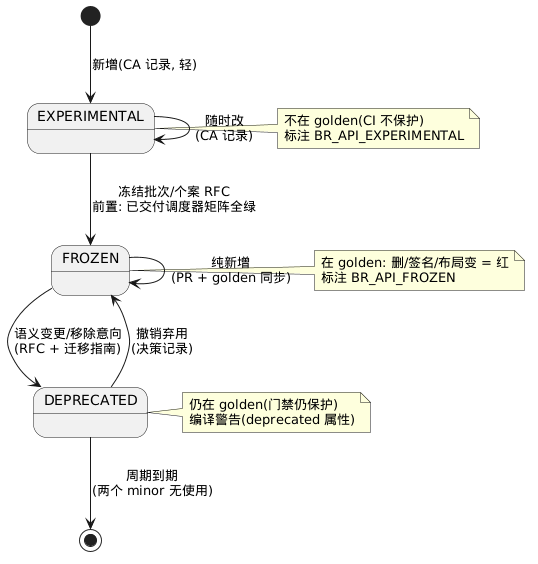
This is docs/1-architecture/pics/1-02-api-contract-governance-01.png from zhuyh4n9/brickOS, a PlantUML export, as it was before one commit.
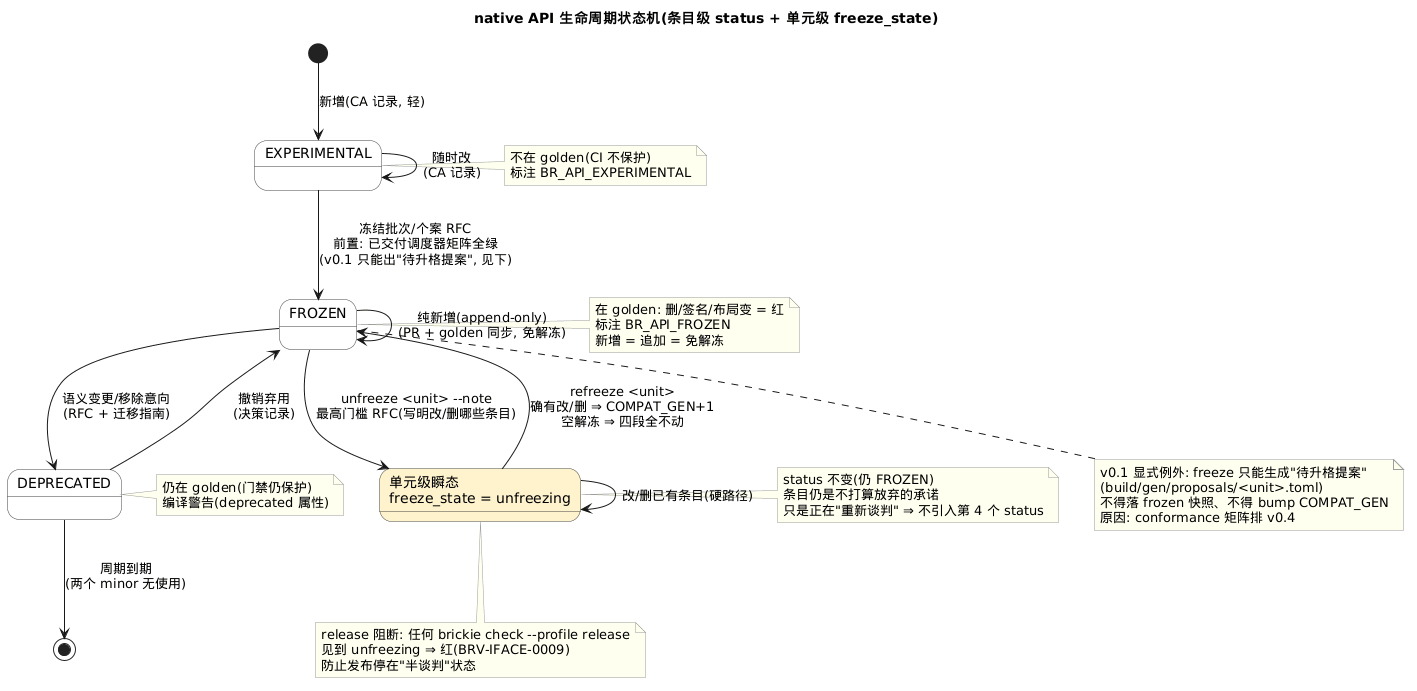
After the change.

Diff of the diagram source:
```diff
@@ -1,11 +1,27 @@
 @startuml
+title native API 生命周期状态机(条目级 status + 单元级 freeze_state)
+skinparam state {
+  BackgroundColor #F8F8F8
+  BorderColor #444444
+}
+skinparam note {
+  BackgroundColor #FFFFF0
+  BorderColor #999999
+}
+
 [*] --> EXPERIMENTAL : 新增(CA 记录, 轻)
 EXPERIMENTAL --> EXPERIMENTAL : 随时改\n(CA 记录)
-EXPERIMENTAL --> FROZEN : 冻结批次/个案 RFC\n前置: 已交付调度器矩阵全绿
-FROZEN --> FROZEN : 纯新增\n(PR + golden 同步)
+EXPERIMENTAL --> FROZEN : 冻结批次/个案 RFC\n前置: 已交付调度器矩阵全绿\n(v0.1 只能出"待升格提案", 见下)
+FROZEN --> FROZEN : 纯新增(append-only)\n(PR + golden 同步, 免解冻)
 FROZEN --> DEPRECATED : 语义变更/移除意向\n(RFC + 迁移指南)
 DEPRECATED --> FROZEN : 撤销弃用\n(决策记录)
 DEPRECATED --> [*] : 周期到期\n(两个 minor 无使用)
+
+state "单元级瞬态\nfreeze_state = unfreezing" as UNFREEZING #FFF3CD
+FROZEN --> UNFREEZING : unfreeze <unit> --note\n最高门槛 RFC(写明改/删哪些条目)
+UNFREEZING --> FROZEN : refreeze <unit>\n确有改/删 ⇒ COMPAT_GEN+1\n空解冻 ⇒ 四段全不动
+UNFREEZING --> UNFREEZING : 改/删已有条目(硬路径)
+
 note right of EXPERIMENTAL
   不在 golden(CI 不保护)
   标注 BR_API_EXPERIMENTAL
@@ -13,9 +29,26 @@
 note right of FROZEN
   在 golden: 删/签名/布局变 = 红
   标注 BR_API_FROZEN
+  新增 = 追加 = 免解冻
 end note
 note right of DEPRECATED
   仍在 golden(门禁仍保护)
   编译警告(deprecated 属性)
 end note
+note right of UNFREEZING
+  status 不变(仍 FROZEN)
+  条目仍是不打算放弃的承诺
+  只是正在"重新谈判" ⇒ 不引入第 4 个 status
+end note
+note bottom of UNFREEZING
+  release 阻断: 任何 brickie check --profile release
+  见到 unfreezing ⇒ 红(BRV-IFACE-0009)
+  防止发布停在"半谈判"状态
+end note
+note bottom of FROZEN
+  v0.1 显式例外: freeze 只能生成"待升格提案"
+  (build/gen/proposals/<unit>.toml)
+  不得落 frozen 快照、不得 bump COMPAT_GEN
+  原因: conformance 矩阵排 v0.4
+end note
 @enduml
```
